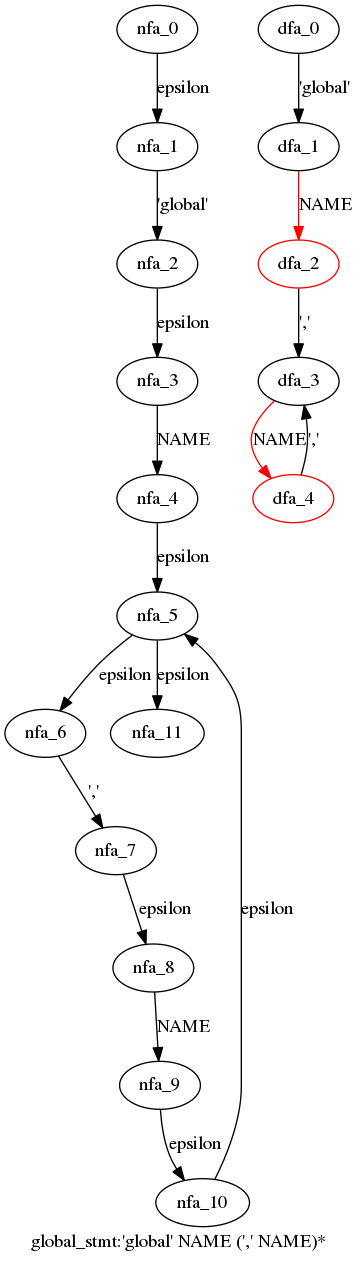
This is cpython/grammar/handwrite/nfa_dfas/36.global_stmt.dot.png from WinChua/blog, a Graphviz export, as it was before one commit. Its source is kept beside it as cpython/grammar/handwrite/nfa_dfas/36.global_stmt.dot. Its diagram source:
```dot
digraph global_stmt {
 graph[label="global_stmt:'global' NAME (',' NAME)*"]
 subgraph global_stmt_nfa {
  nfa_0->nfa_1[label="epsilon"]
  nfa_1->nfa_2[label="'global'"]
  nfa_2->nfa_3[label="epsilon"]
  nfa_3->nfa_4[label="NAME"]
  nfa_4->nfa_5[label="epsilon"]
  nfa_5->nfa_6[label="epsilon"]
  nfa_6->nfa_7[label="','"]
  nfa_7->nfa_8[label="epsilon"]
  nfa_8->nfa_9[label="NAME"]
  nfa_9->nfa_10[label="epsilon"]
  nfa_10->nfa_5[label="epsilon"]
  nfa_5->nfa_11[label="epsilon"]
  }
 subgraph global_stmt_dfa {
  dfa_0->dfa_1[label="'global'"]
  dfa_1->dfa_2[label="NAME",color=red]
  dfa_2->dfa_3[label="','"]
  dfa_3->dfa_4[label="NAME",color=red]
  dfa_4->dfa_3[label="','"]
  dfa_2[color=red]
  dfa_4[color=red]
  }
}
```
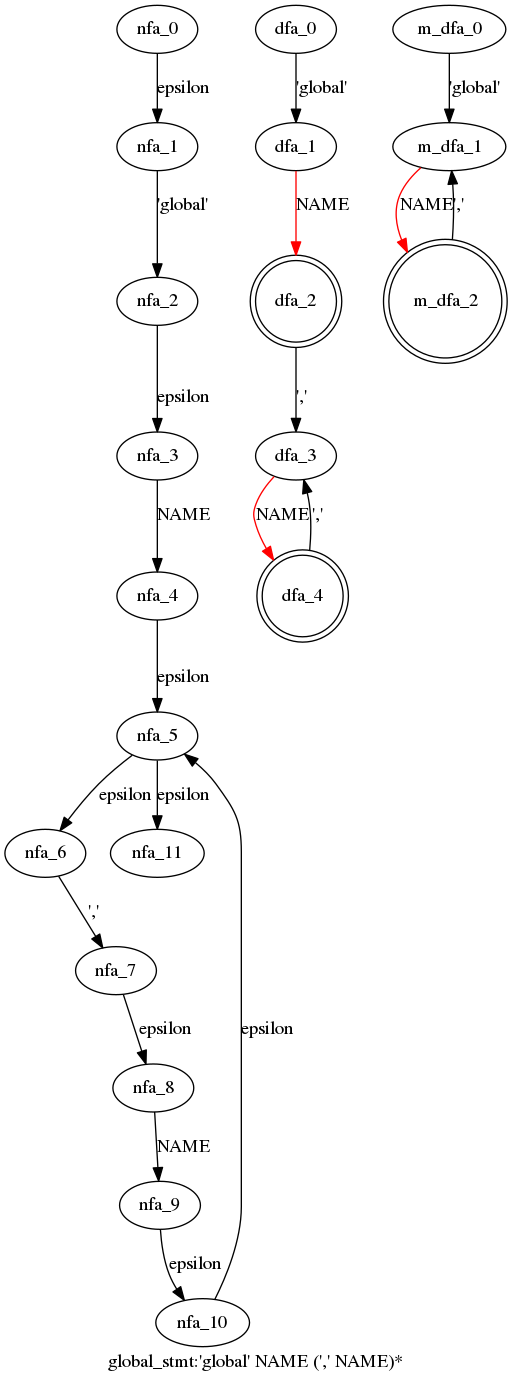
Above is the later version.

The edit, as a diff of the source:
```diff
@@ -20,7 +20,13 @@
   dfa_2->dfa_3[label="','"]
   dfa_3->dfa_4[label="NAME",color=red]
   dfa_4->dfa_3[label="','"]
-  dfa_2[color=red]
-  dfa_4[color=red]
+  dfa_2[shape=doublecircle]
+  dfa_4[shape=doublecircle]
+  }
+ subgraph global_stmt_m_dfa {
+  m_dfa_0->m_dfa_1[label="'global'"]
+  m_dfa_1->m_dfa_2[label="NAME",color=red]
+  m_dfa_2->m_dfa_1[label="','"]
+  m_dfa_2[shape=doublecircle]
   }
 }
```
